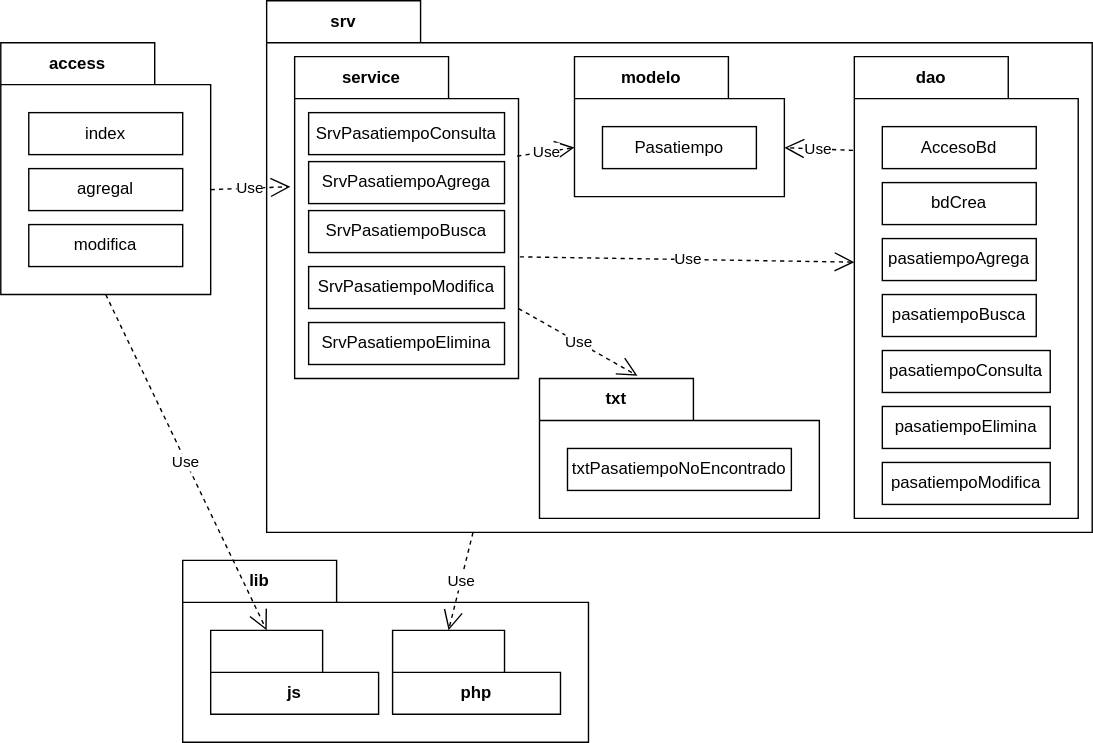
Earlier version of the draw.io export img/m13bd/bdpaquetes.drawio.svg (gilpgawoas/gilpgawoas.github.io). Source tidied: cells renumbered, new cells last; positions are measured from the earlier drawing's top-left corner, leaving out a move shared by most shapes.
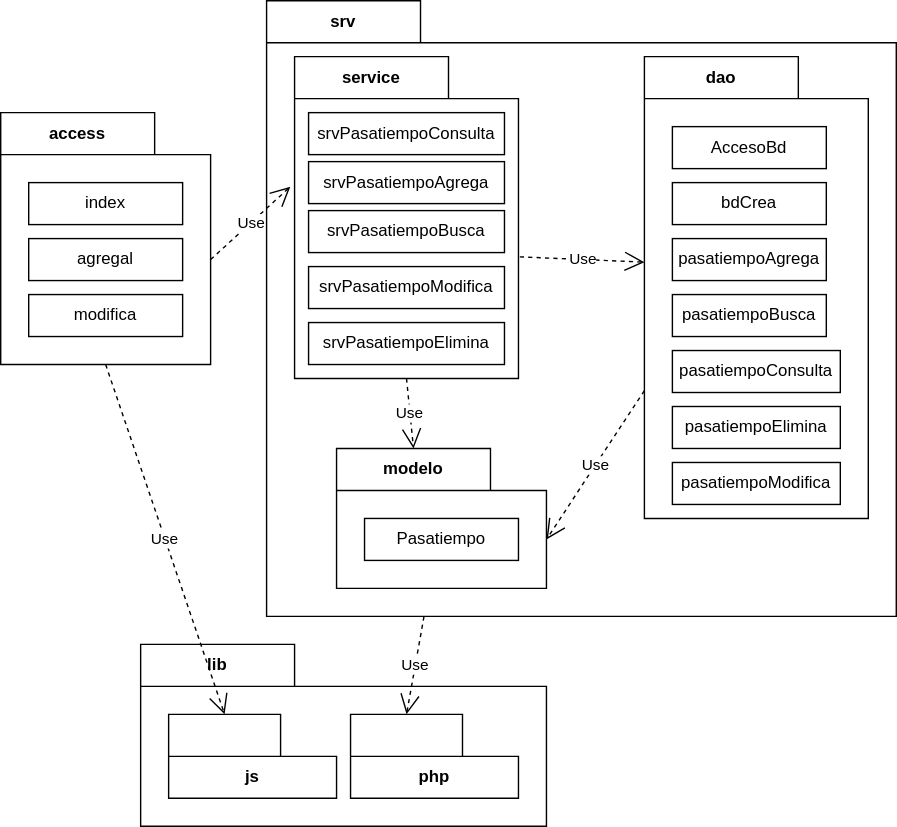
After the change.

Change to the diagram source:
```diff
@@ -3,7 +3,7 @@
     <mxCell id="0" />
     <mxCell id="1" parent="0" />
     <mxCell id="2" value="lib" style="shape=folder;fontStyle=1;tabWidth=110;tabHeight=30;tabPosition=left;html=1;boundedLbl=1;labelInHeader=1;whiteSpace=wrap;" parent="1" vertex="1">
-      <mxGeometry x="130" y="400" width="290" height="130" as="geometry" />
+      <mxGeometry x="100" y="460" width="290" height="130" as="geometry" />
     </mxCell>
     <mxCell id="3" value="js" style="shape=folder;fontStyle=1;tabWidth=80;tabHeight=30;tabPosition=left;html=1;boundedLbl=1;whiteSpace=wrap;" parent="2" vertex="1">
       <mxGeometry x="20" y="50" width="120" height="60" as="geometry" />
@@ -12,7 +12,7 @@
       <mxGeometry x="150" y="50" width="120" height="60" as="geometry" />
     </mxCell>
     <mxCell id="5" value="access" style="shape=folder;fontStyle=1;tabWidth=110;tabHeight=30;tabPosition=left;html=1;boundedLbl=1;labelInHeader=1;whiteSpace=wrap;" parent="1" vertex="1">
-      <mxGeometry y="30" width="150" height="180" as="geometry" />
+      <mxGeometry y="80" width="150" height="180" as="geometry" />
     </mxCell>
     <mxCell id="6" value="index" style="html=1;whiteSpace=wrap;" parent="5" vertex="1">
       <mxGeometry width="110" height="30" relative="1" as="geometry">
@@ -30,46 +30,38 @@
       </mxGeometry>
     </mxCell>
     <mxCell id="9" value="srv" style="shape=folder;fontStyle=1;tabWidth=110;tabHeight=30;tabPosition=left;html=1;boundedLbl=1;labelInHeader=1;whiteSpace=wrap;" parent="1" vertex="1">
-      <mxGeometry x="190" width="590" height="380" as="geometry" />
+      <mxGeometry x="190" width="450" height="440" as="geometry" />
     </mxCell>
     <mxCell id="10" value="service" style="shape=folder;fontStyle=1;tabWidth=110;tabHeight=30;tabPosition=left;html=1;boundedLbl=1;labelInHeader=1;whiteSpace=wrap;" parent="9" vertex="1">
       <mxGeometry x="20" y="40" width="160" height="230" as="geometry" />
     </mxCell>
-    <mxCell id="11" value="SrvPasatiempoConsulta" style="html=1;whiteSpace=wrap;" parent="10" vertex="1">
+    <mxCell id="11" value="srvPasatiempoConsulta" style="html=1;whiteSpace=wrap;" parent="10" vertex="1">
       <mxGeometry width="140" height="30" relative="1" as="geometry">
         <mxPoint x="10" y="40" as="offset" />
       </mxGeometry>
     </mxCell>
-    <mxCell id="12" value="SrvPasatiempoAgrega" style="html=1;whiteSpace=wrap;" parent="10" vertex="1">
+    <mxCell id="12" value="srvPasatiempoAgrega" style="html=1;whiteSpace=wrap;" parent="10" vertex="1">
       <mxGeometry width="140" height="30" relative="1" as="geometry">
         <mxPoint x="10" y="75" as="offset" />
       </mxGeometry>
     </mxCell>
-    <mxCell id="13" value="SrvPasatiempoBusca" style="html=1;whiteSpace=wrap;" parent="10" vertex="1">
+    <mxCell id="13" value="srvPasatiempoBusca" style="html=1;whiteSpace=wrap;" parent="10" vertex="1">
       <mxGeometry width="140" height="30" relative="1" as="geometry">
         <mxPoint x="10" y="110" as="offset" />
       </mxGeometry>
     </mxCell>
-    <mxCell id="14" value="SrvPasatiempoModifica" style="html=1;whiteSpace=wrap;" parent="10" vertex="1">
+    <mxCell id="14" value="srvPasatiempoModifica" style="html=1;whiteSpace=wrap;" parent="10" vertex="1">
       <mxGeometry width="140" height="30" relative="1" as="geometry">
         <mxPoint x="10" y="150" as="offset" />
       </mxGeometry>
     </mxCell>
-    <mxCell id="15" value="SrvPasatiempoElimina" style="html=1;whiteSpace=wrap;" parent="10" vertex="1">
+    <mxCell id="15" value="srvPasatiempoElimina" style="html=1;whiteSpace=wrap;" parent="10" vertex="1">
       <mxGeometry width="140" height="30" relative="1" as="geometry">
         <mxPoint x="10" y="190" as="offset" />
       </mxGeometry>
     </mxCell>
-    <mxCell id="16" value="txt" style="shape=folder;fontStyle=1;tabWidth=110;tabHeight=30;tabPosition=left;html=1;boundedLbl=1;labelInHeader=1;whiteSpace=wrap;" parent="9" vertex="1">
-      <mxGeometry x="195" y="270" width="200" height="100" as="geometry" />
-    </mxCell>
-    <mxCell id="17" value="txtPasatiempoNoEncontrado" style="html=1;whiteSpace=wrap;" parent="16" vertex="1">
-      <mxGeometry width="160" height="30" relative="1" as="geometry">
-        <mxPoint x="20" y="50" as="offset" />
-      </mxGeometry>
-    </mxCell>
     <mxCell id="18" value="modelo" style="shape=folder;fontStyle=1;tabWidth=110;tabHeight=30;tabPosition=left;html=1;boundedLbl=1;labelInHeader=1;whiteSpace=wrap;" parent="9" vertex="1">
-      <mxGeometry x="220" y="40" width="150" height="100" as="geometry" />
+      <mxGeometry x="50" y="320" width="150" height="100" as="geometry" />
     </mxCell>
     <mxCell id="19" value="Pasatiempo" style="html=1;whiteSpace=wrap;" parent="18" vertex="1">
       <mxGeometry width="110" height="30" relative="1" as="geometry">
@@ -77,7 +69,7 @@
       </mxGeometry>
     </mxCell>
     <mxCell id="20" value="dao" style="shape=folder;fontStyle=1;tabWidth=110;tabHeight=30;tabPosition=left;html=1;boundedLbl=1;labelInHeader=1;whiteSpace=wrap;" parent="9" vertex="1">
-      <mxGeometry x="420" y="40" width="160" height="330" as="geometry" />
+      <mxGeometry x="270" y="40" width="160" height="330" as="geometry" />
     </mxCell>
     <mxCell id="21" value="AccesoBd" style="html=1;whiteSpace=wrap;" parent="20" vertex="1">
       <mxGeometry width="110" height="30" relative="1" as="geometry">
@@ -114,18 +106,15 @@
         <mxPoint x="20" y="290" as="offset" />
       </mxGeometry>
     </mxCell>
-    <mxCell id="28" value="Use" style="endArrow=open;endSize=12;dashed=1;html=1;rounded=0;entryX=0;entryY=0;entryDx=150;entryDy=65;entryPerimeter=0;exitX=-0.006;exitY=0.203;exitDx=0;exitDy=0;exitPerimeter=0;" parent="9" edge="1" source="20" target="18">
+    <mxCell id="28" value="Use" style="endArrow=open;endSize=12;dashed=1;html=1;rounded=0;entryX=0;entryY=0;entryDx=150;entryDy=65;entryPerimeter=0;exitX=0;exitY=0.723;exitDx=0;exitDy=0;exitPerimeter=0;" parent="9" edge="1" source="20" target="18">
       <mxGeometry relative="1" as="geometry" />
     </mxCell>
-    <mxCell id="29" value="Use" style="endArrow=open;endSize=12;dashed=1;html=1;rounded=0;entryX=0;entryY=0;entryDx=0;entryDy=65;entryPerimeter=0;exitX=0.994;exitY=0.309;exitDx=0;exitDy=0;exitPerimeter=0;" parent="9" edge="1" source="10" target="18">
+    <mxCell id="29" value="Use" style="endArrow=open;endSize=12;dashed=1;html=1;rounded=0;entryX=0;entryY=0;entryDx=55;entryDy=0;entryPerimeter=0;exitX=0.5;exitY=1;exitDx=0;exitDy=0;exitPerimeter=0;" parent="9" edge="1" source="10" target="18">
       <mxGeometry relative="1" as="geometry" />
     </mxCell>
     <mxCell id="30" value="Use" style="endArrow=open;endSize=12;dashed=1;html=1;rounded=0;entryX=0;entryY=0.445;entryDx=0;entryDy=0;entryPerimeter=0;exitX=1.006;exitY=0.622;exitDx=0;exitDy=0;exitPerimeter=0;" parent="9" edge="1" source="10" target="20">
       <mxGeometry relative="1" as="geometry" />
     </mxCell>
-    <mxCell id="31" value="Use" style="endArrow=open;endSize=12;dashed=1;html=1;rounded=0;entryX=0.35;entryY=-0.02;entryDx=0;entryDy=0;entryPerimeter=0;exitX=0;exitY=0;exitDx=160;exitDy=180;exitPerimeter=0;" parent="9" edge="1" source="10" target="16">
-      <mxGeometry relative="1" as="geometry" />
-    </mxCell>
     <mxCell id="32" value="Use" style="endArrow=open;endSize=12;dashed=1;html=1;rounded=0;exitX=0;exitY=0;exitDx=150;exitDy=105;exitPerimeter=0;entryX=-0.019;entryY=0.404;entryDx=0;entryDy=0;entryPerimeter=0;" parent="1" edge="1" source="5" target="10">
       <mxGeometry relative="1" as="geometry" />
     </mxCell>
```
